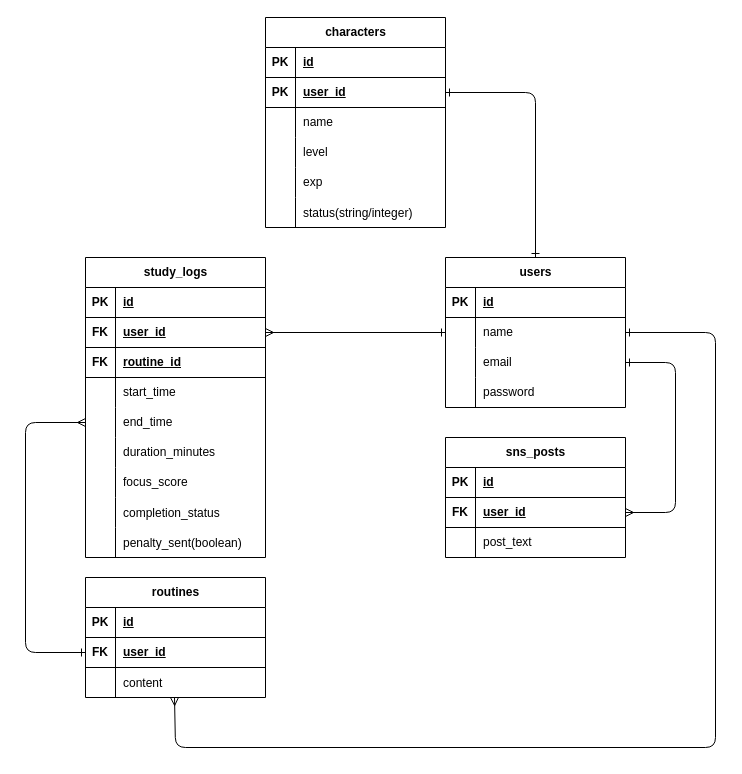
Above: habit_nudge.dio in asd-hiro/habit_nudge (draw.io), before the change. Source tidied: cells renumbered, new cells numbered last; positions are measured from the earlier drawing's top-left corner, leaving out a move shared by most shapes. Both pictures are drawn from the tidied source at 100%, with x=0, y=0 at pixel (25, 17).
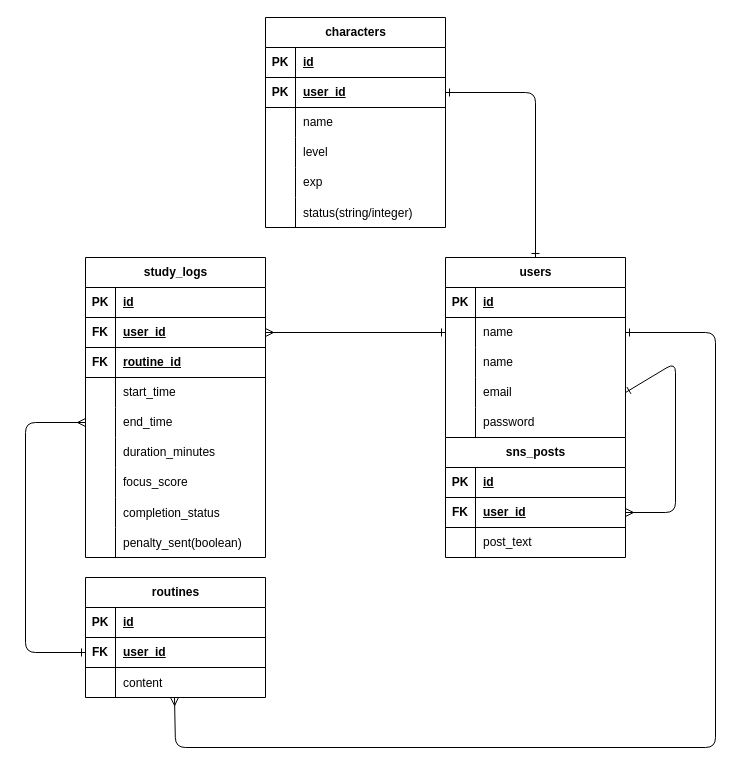
After the change.

What changed in the source:
```diff
@@
     <mxCell id="21" value="users" style="shape=table;startSize=30;childLayout=tableLayout;rowLines=0;fontStyle=1;align=center;html=1;" parent="1" vertex="1">
-      <mxGeometry x="420" y="240" width="180" height="150" as="geometry" />
+      <mxGeometry x="420" y="240" width="180" height="180" as="geometry" />
     </mxCell>
@@
+    <mxCell id="87" style="shape=tableRow;horizontal=0;startSize=0;swimlaneHead=0;swimlaneBody=0;fillColor=none;top=0;left=0;right=0;bottom=0;" parent="21" vertex="1">
+      <mxGeometry y="90" width="180" height="30" as="geometry" />
+    </mxCell>
+    <mxCell id="88" style="shape=partialRectangle;fillColor=none;top=0;left=0;bottom=0;right=0;overflow=hidden;whiteSpace=wrap;html=1;" parent="87" vertex="1">
+      <mxGeometry width="30" height="30" as="geometry" />
+    </mxCell>
+    <mxCell id="89" value="name" style="shape=partialRectangle;fillColor=none;top=0;left=0;bottom=0;right=0;align=left;spacingLeft=6;overflow=hidden;whiteSpace=wrap;html=1;" parent="87" vertex="1">
+      <mxGeometry x="30" width="150" height="30" as="geometry" />
+    </mxCell>
     <mxCell id="28" style="shape=tableRow;horizontal=0;startSize=0;swimlaneHead=0;swimlaneBody=0;fillColor=none;points=[[0,0.5],[1,0.5]];portConstraint=eastwest;top=0;left=0;right=0;bottom=0;" parent="21" vertex="1">
-      <mxGeometry y="90" width="180" height="30" as="geometry" />
+      <mxGeometry y="120" width="180" height="30" as="geometry" />
     </mxCell>
@@
     <mxCell id="31" style="shape=tableRow;horizontal=0;startSize=0;swimlaneHead=0;swimlaneBody=0;fillColor=none;top=0;left=0;right=0;bottom=0;" parent="21" vertex="1">
-      <mxGeometry y="120" width="180" height="30" as="geometry" />
+      <mxGeometry y="150" width="180" height="30" as="geometry" />
     </mxCell>
```
